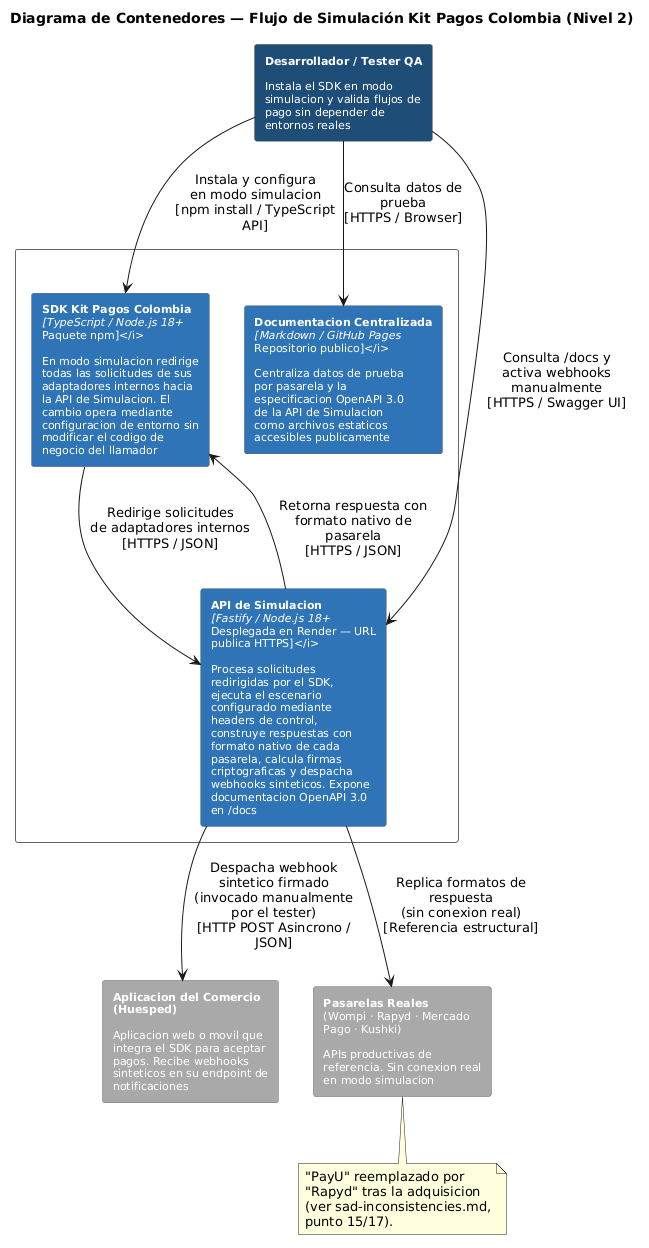
PurosBrothers/Kit-Pagos-Colombia---Tesis keeps this PlantUML diagram as docs/architecture/Simulador API/Container Diagram - C4.png. Above is the earlier version.
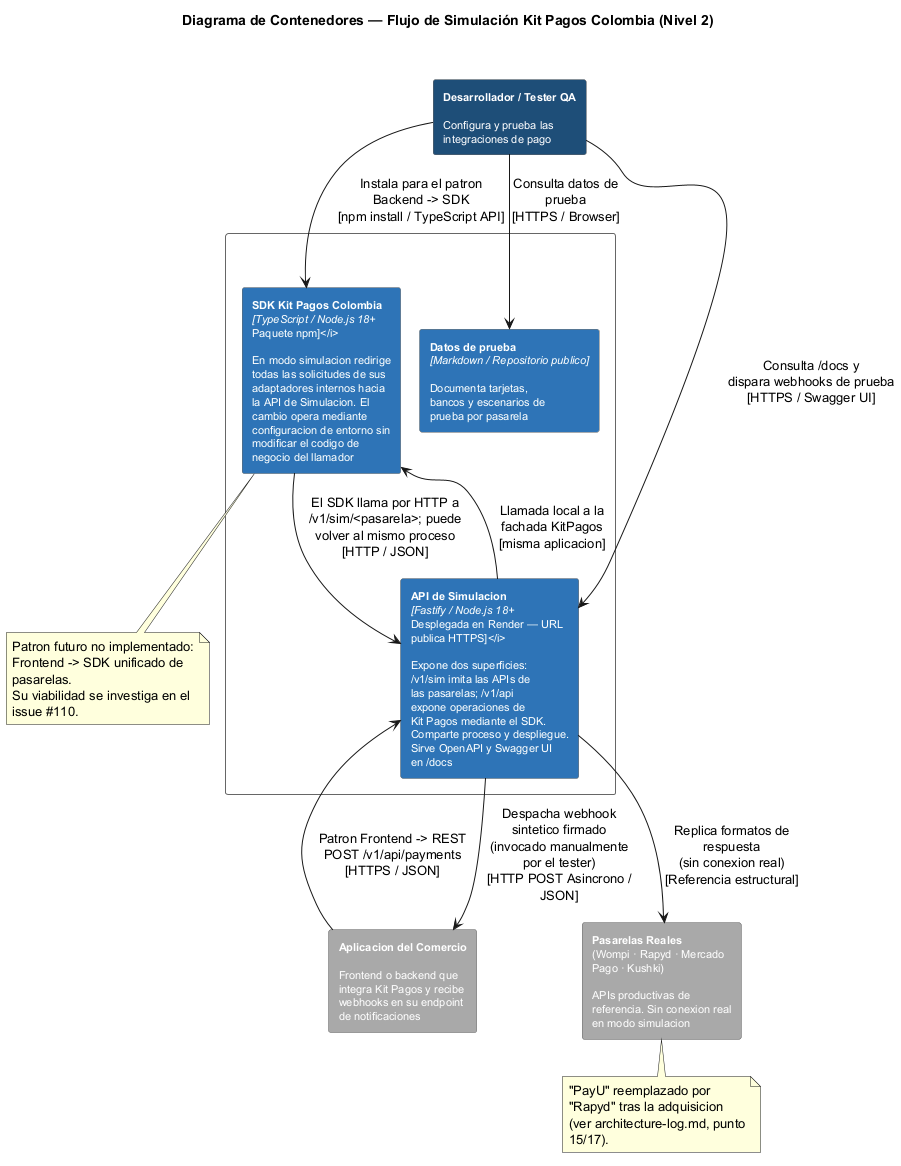
Later version of the same file.

Diff of the diagram source:
```diff
@@ -1,4 +1,5 @@
-@startuml
+@startuml Container Diagram - Simulador API
+!pragma layout smetana
 title Diagrama de Contenedores — Flujo de Simulación Kit Pagos Colombia (Nivel 2)
 skinparam backgroundColor white
 skinparam rectangleFontSize 11
@@ -9,28 +10,36 @@
   FontColor white
 }
 
-rectangle "**Desarrollador / Tester QA**\n\nInstala el SDK en modo\nsimulacion y valida flujos de\npago sin depender de\nentornos reales" as Dev #1F4E79
+rectangle "**Desarrollador / Tester QA**\n\nConfigura y prueba las\nintegraciones de pago" as Dev #1F4E79
 
 rectangle "Kit Pagos Colombia\n[system]" as System #FFFFFF {
   rectangle "**SDK Kit Pagos Colombia**\n<i>[TypeScript / Node.js 18+\nPaquete npm]</i>\n\nEn modo simulacion redirige\ntodas las solicitudes de sus\nadaptadores internos hacia\nla API de Simulacion. El\ncambio opera mediante\nconfiguracion de entorno sin\nmodificar el codigo de\nnegocio del llamador" as SDK #2E75B6
-  rectangle "**Documentacion Centralizada**\n<i>[Markdown / GitHub Pages\nRepositorio publico]</i>\n\nCentraliza datos de prueba\npor pasarela y la\nespecificacion OpenAPI 3.0\nde la API de Simulacion\ncomo archivos estaticos\naccesibles publicamente" as Docs #2E75B6
-  rectangle "**API de Simulacion**\n<i>[Fastify / Node.js 18+\nDesplegada en Render — URL\npublica HTTPS]</i>\n\nProcesa solicitudes\nredirigidas por el SDK,\nejecuta el escenario\nconfigurado mediante\nheaders de control,\nconstruye respuestas con\nformato nativo de cada\npasarela, calcula firmas\ncriptograficas y despacha\nwebhooks sinteticos. Expone\ndocumentacion OpenAPI 3.0\nen /docs" as SimAPI #2E75B6
+  rectangle "**Datos de prueba**\n<i>[Markdown / Repositorio publico]</i>\n\nDocumenta tarjetas,\nbancos y escenarios de\nprueba por pasarela" as Docs #2E75B6
+  rectangle "**API de Simulacion**\n<i>[Fastify / Node.js 18+\nDesplegada en Render — URL\npublica HTTPS]</i>\n\nExpone dos superficies:\n/v1/sim imita las APIs de\nlas pasarelas; /v1/api\nexpone operaciones de\nKit Pagos mediante el SDK.\nComparte proceso y despliegue.\nSirve OpenAPI y Swagger UI\nen /docs" as SimAPI #2E75B6
 }
 
-rectangle "**Aplicacion del Comercio (Huesped)**\n\nAplicacion web o movil que\nintegra el SDK para aceptar\npagos. Recibe webhooks\nsinteticos en su endpoint de\nnotificaciones" as Comercio #A9A9A9
+rectangle "**Aplicacion del Comercio**\n\nFrontend o backend que\nintegra Kit Pagos y recibe\nwebhooks en su endpoint\nde notificaciones" as Comercio #A9A9A9
 rectangle "**Pasarelas Reales**\n(Wompi · Rapyd · Mercado\nPago · Kushki)\n\nAPIs productivas de\nreferencia. Sin conexion real\nen modo simulacion" as Pasarelas #A9A9A9
 
-Dev --> SDK : Instala y configura\nen modo simulacion\n[npm install / TypeScript\nAPI]
+Dev --> SDK : Instala para el patron\nBackend -> SDK\n[npm install / TypeScript API]
 Dev --> Docs : Consulta datos de\nprueba\n[HTTPS / Browser]
-Dev --> SimAPI : Consulta /docs y\nactiva webhooks\nmanualmente\n[HTTPS / Swagger UI]
+Dev --> SimAPI : Consulta /docs y\ndispara webhooks de prueba\n[HTTPS / Swagger UI]
 
-SDK --> SimAPI : Redirige solicitudes\nde adaptadores internos\n[HTTPS / JSON]
-SimAPI --> SDK : Retorna respuesta con\nformato nativo de\npasarela\n[HTTPS / JSON]
+Comercio --> SimAPI : Patron Frontend -> REST\nPOST /v1/api/payments\n[HTTPS / JSON]
+SimAPI --> SDK : Llamada local a la\nfachada KitPagos\n[misma aplicacion]
+SDK --> SimAPI : El SDK llama por HTTP a\n/v1/sim/<pasarela>; puede\nvolver al mismo proceso\n[HTTP / JSON]
 SimAPI --> Comercio : Despacha webhook\nsintetico firmado\n(invocado manualmente\npor el tester)\n[HTTP POST Asincrono /\nJSON]
 SimAPI --> Pasarelas : Replica formatos de\nrespuesta\n(sin conexion real)\n[Referencia estructural]
 
 note bottom of Pasarelas
   "PayU" reemplazado por "Rapyd" tras la adquisicion
-  (ver sad-inconsistencies.md, punto 15/17).
+  (ver architecture-log.md, punto 15/17).
 end note
+
+note bottom of SDK
+  Patron futuro no implementado:
+  Frontend -> SDK unificado de pasarelas.
+  Su viabilidad se investiga en el issue #110.
+end note
+
 @enduml
```
